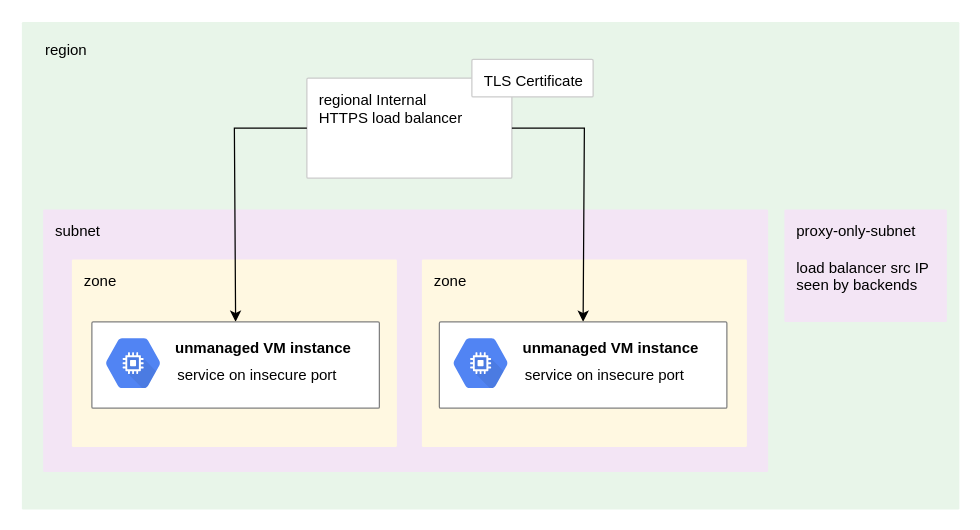
Before: diagrams/gcp-int-https-lb-overview.drawio in fabianlee/gcp-https-lb-vms-cloudfunc, a draw.io diagram. Source tidied: cells renumbered, new cells numbered last; positions are measured from the earlier drawing's top-left corner, leaving out a move shared by most shapes. Both pictures are drawn from the tidied source at 125%, with x=0, y=0 at pixel (21, 21).
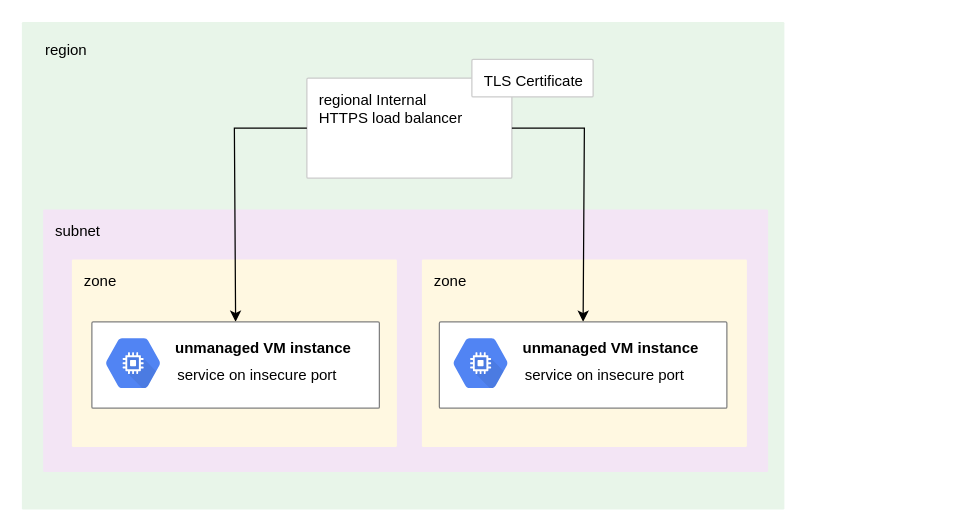
After the change.

Commit message:
overview diagram more conceptual

The edit, as a diff of the source:
```diff
@@
     <mxCell id="2" style="sketch=0;rounded=1;absoluteArcSize=1;arcSize=2;html=1;strokeColor=none;gradientColor=none;shadow=0;dashed=0;fontSize=12;fontColor=#9E9E9E;align=left;verticalAlign=top;spacing=10;spacingTop=-4;fillColor=#E8F5E9;" parent="1" vertex="1">
-      <mxGeometry width="750" height="390" as="geometry">
+      <mxGeometry width="610" height="390" as="geometry">
         <mxPoint x="10" y="50" as="offset" />
       </mxGeometry>
     </mxCell>
@@
-    <mxCell id="9" value="&lt;div&gt;proxy-only-subnet&lt;/div&gt;&lt;div&gt;&lt;br&gt;&lt;/div&gt;&lt;div&gt;load balancer src IP&lt;/div&gt;&lt;div&gt;seen by backends&lt;br&gt;&lt;/div&gt;" style="sketch=0;rounded=1;absoluteArcSize=1;arcSize=2;html=1;strokeColor=none;gradientColor=none;shadow=0;dashed=0;fontSize=12;fontColor=#000000;align=left;verticalAlign=top;spacing=10;spacingTop=-4;fillColor=#F3E5F5;" parent="1" vertex="1">
-      <mxGeometry x="610" y="150" width="130" height="90" as="geometry" />
-    </mxCell>
```
